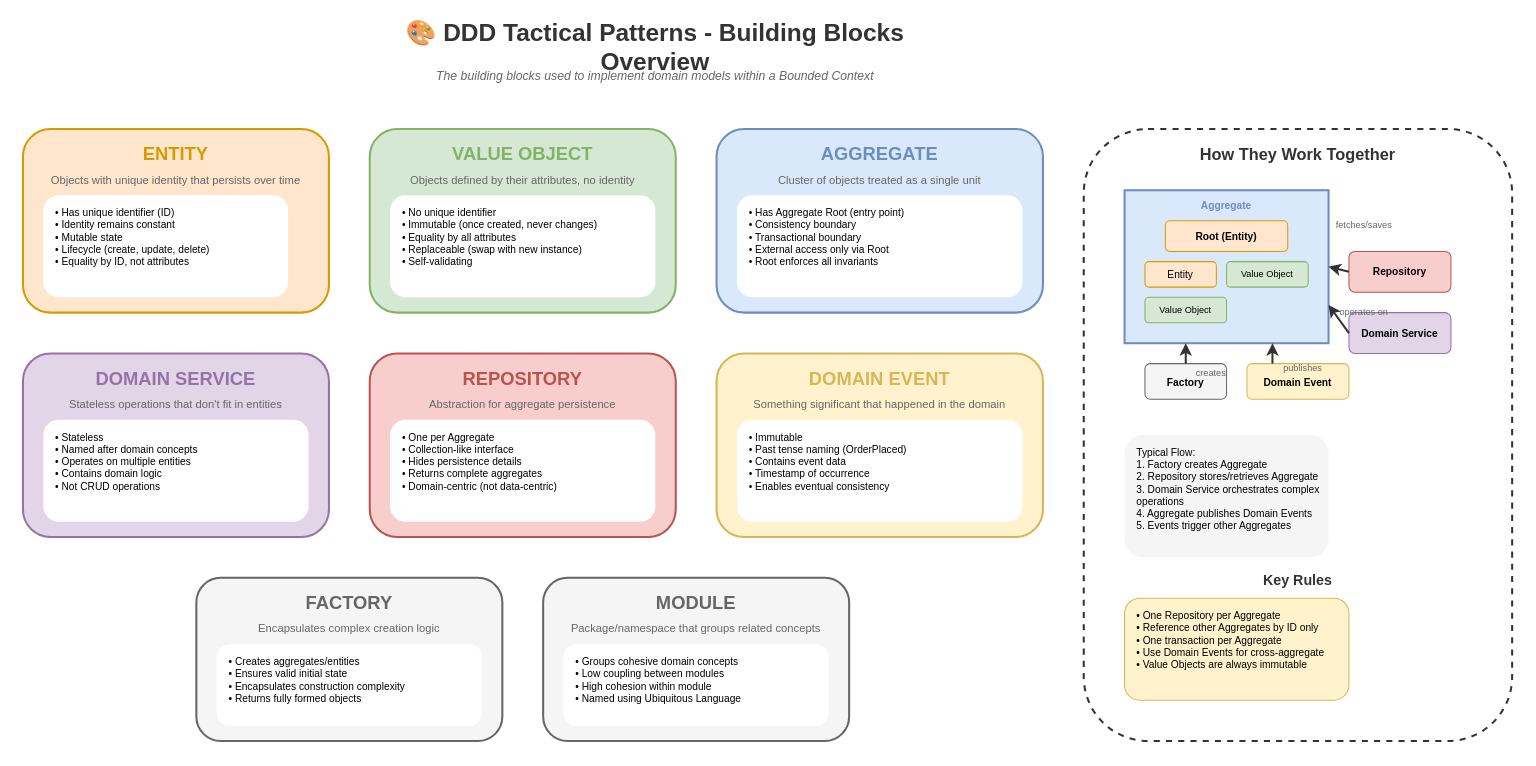
Above: lesson-01-software-design-architecture/01-design-patterns/1.5.1-ddd-tactical-overview.drawio in MrParkerZ7/document-lesson-software-architect-x-claude (draw.io), before the change. Source tidied: cells renumbered, new cells numbered last; positions are measured from the earlier drawing's top-left corner, leaving out a move shared by most shapes. Both pictures are drawn from the tidied source at 102%, with x=0, y=0 at pixel (22, 27).
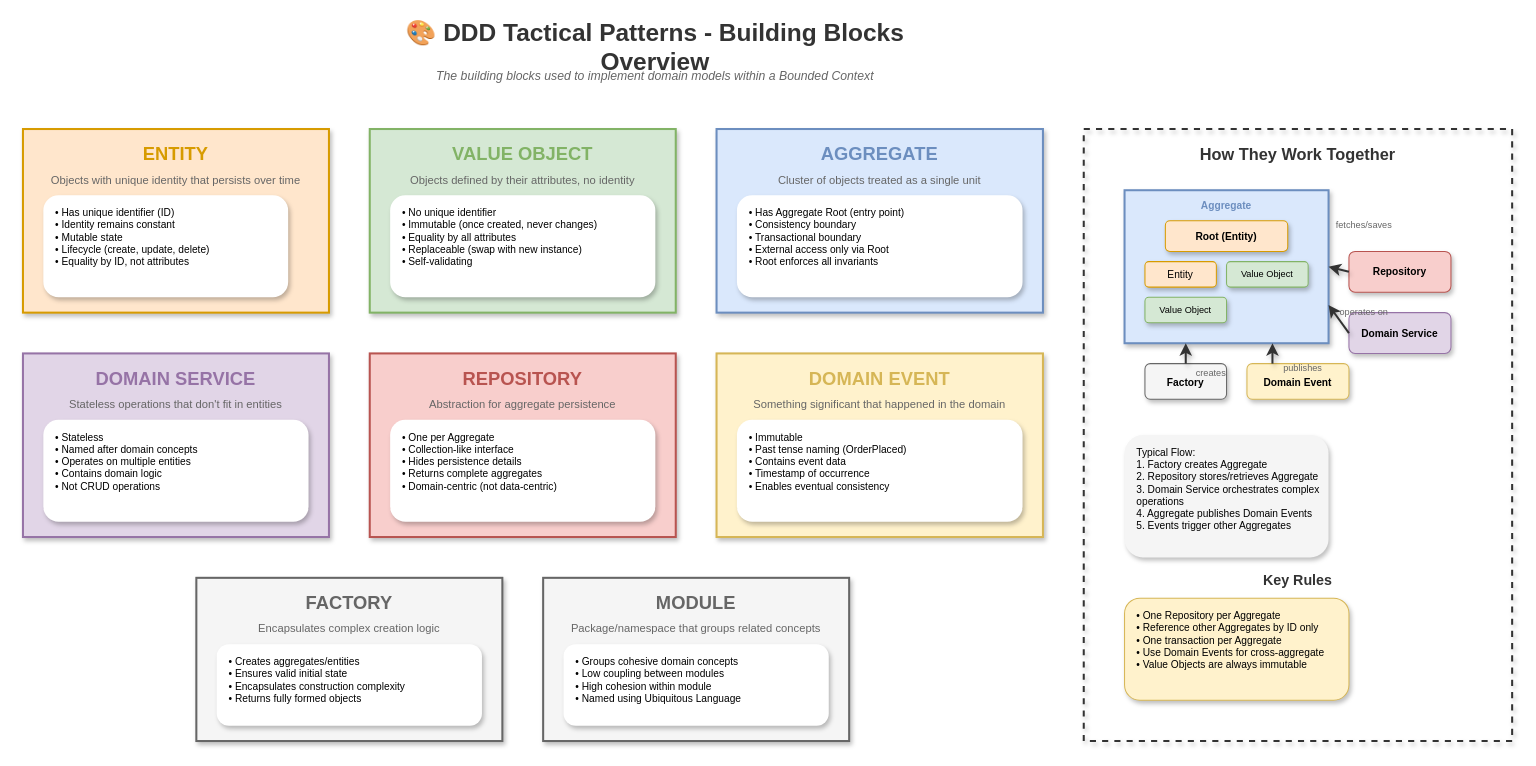
The same diagram, later.

What changed in the source:
```diff
@@
-    <mxCell id="4" style="rounded=1;whiteSpace=wrap;html=1;fillColor=#ffe6cc;strokeColor=#d79b00;strokeWidth=2;" parent="1" vertex="1">
+    <mxCell id="4" style="rounded=0;whiteSpace=wrap;html=1;fillColor=#ffe6cc;strokeColor=#d79b00;strokeWidth=2;shadow=1;" parent="1" vertex="1">
       <mxGeometry y="100" width="300" height="180" as="geometry" />
     </mxCell>
@@
-    <mxCell id="7" value="• Has unique identifier (ID)&#10;• Identity remains constant&#10;• Mutable state&#10;• Lifecycle (create, update, delete)&#10;• Equality by ID, not attributes" style="text;html=1;strokeColor=none;fillColor=#ffffff;align=left;verticalAlign=top;whiteSpace=wrap;rounded=1;fontSize=10;spacingLeft=10;spacingTop=5;" parent="1" vertex="1">
+    <mxCell id="7" value="• Has unique identifier (ID)&#10;• Identity remains constant&#10;• Mutable state&#10;• Lifecycle (create, update, delete)&#10;• Equality by ID, not attributes" style="text;html=1;strokeColor=none;fillColor=#ffffff;align=left;verticalAlign=top;whiteSpace=wrap;rounded=1;fontSize=10;spacingLeft=10;spacingTop=5;shadow=1;" parent="1" vertex="1">
       <mxGeometry x="20" y="165" width="240" height="100" as="geometry" />
     </mxCell>
-    <mxCell id="8" style="rounded=1;whiteSpace=wrap;html=1;fillColor=#d5e8d4;strokeColor=#82b366;strokeWidth=2;" parent="1" vertex="1">
+    <mxCell id="8" style="rounded=0;whiteSpace=wrap;html=1;fillColor=#d5e8d4;strokeColor=#82b366;strokeWidth=2;shadow=1;" parent="1" vertex="1">
       <mxGeometry x="340" y="100" width="300" height="180" as="geometry" />
     </mxCell>
@@
-    <mxCell id="11" value="• No unique identifier&#10;• Immutable (once created, never changes)&#10;• Equality by all attributes&#10;• Replaceable (swap with new instance)&#10;• Self-validating" style="text;html=1;strokeColor=none;fillColor=#ffffff;align=left;verticalAlign=top;whiteSpace=wrap;rounded=1;fontSize=10;spacingLeft=10;spacingTop=5;" parent="1" vertex="1">
+    <mxCell id="11" value="• No unique identifier&#10;• Immutable (once created, never changes)&#10;• Equality by all attributes&#10;• Replaceable (swap with new instance)&#10;• Self-validating" style="text;html=1;strokeColor=none;fillColor=#ffffff;align=left;verticalAlign=top;whiteSpace=wrap;rounded=1;fontSize=10;spacingLeft=10;spacingTop=5;shadow=1;" parent="1" vertex="1">
       <mxGeometry x="360" y="165" width="260" height="100" as="geometry" />
     </mxCell>
-    <mxCell id="12" style="rounded=1;whiteSpace=wrap;html=1;fillColor=#dae8fc;strokeColor=#6c8ebf;strokeWidth=2;" parent="1" vertex="1">
+    <mxCell id="12" style="rounded=0;whiteSpace=wrap;html=1;fillColor=#dae8fc;strokeColor=#6c8ebf;strokeWidth=2;shadow=1;" parent="1" vertex="1">
       <mxGeometry x="680" y="100" width="320" height="180" as="geometry" />
     </mxCell>
@@
-    <mxCell id="15" value="• Has Aggregate Root (entry point)&#10;• Consistency boundary&#10;• Transactional boundary&#10;• External access only via Root&#10;• Root enforces all invariants" style="text;html=1;strokeColor=none;fillColor=#ffffff;align=left;verticalAlign=top;whiteSpace=wrap;rounded=1;fontSize=10;spacingLeft=10;spacingTop=5;" parent="1" vertex="1">
+    <mxCell id="15" value="• Has Aggregate Root (entry point)&#10;• Consistency boundary&#10;• Transactional boundary&#10;• External access only via Root&#10;• Root enforces all invariants" style="text;html=1;strokeColor=none;fillColor=#ffffff;align=left;verticalAlign=top;whiteSpace=wrap;rounded=1;fontSize=10;spacingLeft=10;spacingTop=5;shadow=1;" parent="1" vertex="1">
       <mxGeometry x="700" y="165" width="280" height="100" as="geometry" />
     </mxCell>
-    <mxCell id="16" style="rounded=1;whiteSpace=wrap;html=1;fillColor=#e1d5e7;strokeColor=#9673a6;strokeWidth=2;" parent="1" vertex="1">
+    <mxCell id="16" style="rounded=0;whiteSpace=wrap;html=1;fillColor=#e1d5e7;strokeColor=#9673a6;strokeWidth=2;shadow=1;" parent="1" vertex="1">
       <mxGeometry y="320" width="300" height="180" as="geometry" />
     </mxCell>
@@
-    <mxCell id="19" value="• Stateless&#10;• Named after domain concepts&#10;• Operates on multiple entities&#10;• Contains domain logic&#10;• Not CRUD operations" style="text;html=1;strokeColor=none;fillColor=#ffffff;align=left;verticalAlign=top;whiteSpace=wrap;rounded=1;fontSize=10;spacingLeft=10;spacingTop=5;" parent="1" vertex="1">
+    <mxCell id="19" value="• Stateless&#10;• Named after domain concepts&#10;• Operates on multiple entities&#10;• Contains domain logic&#10;• Not CRUD operations" style="text;html=1;strokeColor=none;fillColor=#ffffff;align=left;verticalAlign=top;whiteSpace=wrap;rounded=1;fontSize=10;spacingLeft=10;spacingTop=5;shadow=1;" parent="1" vertex="1">
       <mxGeometry x="20" y="385" width="260" height="100" as="geometry" />
     </mxCell>
-    <mxCell id="20" style="rounded=1;whiteSpace=wrap;html=1;fillColor=#f8cecc;strokeColor=#b85450;strokeWidth=2;" parent="1" vertex="1">
+    <mxCell id="20" style="rounded=0;whiteSpace=wrap;html=1;fillColor=#f8cecc;strokeColor=#b85450;strokeWidth=2;shadow=1;" parent="1" vertex="1">
       <mxGeometry x="340" y="320" width="300" height="180" as="geometry" />
     </mxCell>
@@
-    <mxCell id="23" value="• One per Aggregate&#10;• Collection-like interface&#10;• Hides persistence details&#10;• Returns complete aggregates&#10;• Domain-centric (not data-centric)" style="text;html=1;strokeColor=none;fillColor=#ffffff;align=left;verticalAlign=top;whiteSpace=wrap;rounded=1;fontSize=10;spacingLeft=10;spacingTop=5;" parent="1" vertex="1">
+    <mxCell id="23" value="• One per Aggregate&#10;• Collection-like interface&#10;• Hides persistence details&#10;• Returns complete aggregates&#10;• Domain-centric (not data-centric)" style="text;html=1;strokeColor=none;fillColor=#ffffff;align=left;verticalAlign=top;whiteSpace=wrap;rounded=1;fontSize=10;spacingLeft=10;spacingTop=5;shadow=1;" parent="1" vertex="1">
       <mxGeometry x="360" y="385" width="260" height="100" as="geometry" />
     </mxCell>
-    <mxCell id="24" style="rounded=1;whiteSpace=wrap;html=1;fillColor=#fff2cc;strokeColor=#d6b656;strokeWidth=2;" parent="1" vertex="1">
+    <mxCell id="24" style="rounded=0;whiteSpace=wrap;html=1;fillColor=#fff2cc;strokeColor=#d6b656;strokeWidth=2;shadow=1;" parent="1" vertex="1">
       <mxGeometry x="680" y="320" width="320" height="180" as="geometry" />
     </mxCell>
@@
-    <mxCell id="27" value="• Immutable&#10;• Past tense naming (OrderPlaced)&#10;• Contains event data&#10;• Timestamp of occurrence&#10;• Enables eventual consistency" style="text;html=1;strokeColor=none;fillColor=#ffffff;align=left;verticalAlign=top;whiteSpace=wrap;rounded=1;fontSize=10;spacingLeft=10;spacingTop=5;" parent="1" vertex="1">
+    <mxCell id="27" value="• Immutable&#10;• Past tense naming (OrderPlaced)&#10;• Contains event data&#10;• Timestamp of occurrence&#10;• Enables eventual consistency" style="text;html=1;strokeColor=none;fillColor=#ffffff;align=left;verticalAlign=top;whiteSpace=wrap;rounded=1;fontSize=10;spacingLeft=10;spacingTop=5;shadow=1;" parent="1" vertex="1">
       <mxGeometry x="700" y="385" width="280" height="100" as="geometry" />
     </mxCell>
-    <mxCell id="28" style="rounded=1;whiteSpace=wrap;html=1;fillColor=#f5f5f5;strokeColor=#666666;strokeWidth=2;" parent="1" vertex="1">
+    <mxCell id="28" style="rounded=0;whiteSpace=wrap;html=1;fillColor=#f5f5f5;strokeColor=#666666;strokeWidth=2;shadow=1;" parent="1" vertex="1">
       <mxGeometry x="170" y="540" width="300" height="160" as="geometry" />
     </mxCell>
@@
-    <mxCell id="31" value="• Creates aggregates/entities&#10;• Ensures valid initial state&#10;• Encapsulates construction complexity&#10;• Returns fully formed objects" style="text;html=1;strokeColor=none;fillColor=#ffffff;align=left;verticalAlign=top;whiteSpace=wrap;rounded=1;fontSize=10;spacingLeft=10;spacingTop=5;" parent="1" vertex="1">
+    <mxCell id="31" value="• Creates aggregates/entities&#10;• Ensures valid initial state&#10;• Encapsulates construction complexity&#10;• Returns fully formed objects" style="text;html=1;strokeColor=none;fillColor=#ffffff;align=left;verticalAlign=top;whiteSpace=wrap;rounded=1;fontSize=10;spacingLeft=10;spacingTop=5;shadow=1;" parent="1" vertex="1">
       <mxGeometry x="190" y="605" width="260" height="80" as="geometry" />
     </mxCell>
-    <mxCell id="32" style="rounded=1;whiteSpace=wrap;html=1;fillColor=#f5f5f5;strokeColor=#666666;strokeWidth=2;" parent="1" vertex="1">
+    <mxCell id="32" style="rounded=0;whiteSpace=wrap;html=1;fillColor=#f5f5f5;strokeColor=#666666;strokeWidth=2;shadow=1;" parent="1" vertex="1">
       <mxGeometry x="510" y="540" width="300" height="160" as="geometry" />
     </mxCell>
@@
-    <mxCell id="35" value="• Groups cohesive domain concepts&#10;• Low coupling between modules&#10;• High cohesion within module&#10;• Named using Ubiquitous Language" style="text;html=1;strokeColor=none;fillColor=#ffffff;align=left;verticalAlign=top;whiteSpace=wrap;rounded=1;fontSize=10;spacingLeft=10;spacingTop=5;" parent="1" vertex="1">
+    <mxCell id="35" value="• Groups cohesive domain concepts&#10;• Low coupling between modules&#10;• High cohesion within module&#10;• Named using Ubiquitous Language" style="text;html=1;strokeColor=none;fillColor=#ffffff;align=left;verticalAlign=top;whiteSpace=wrap;rounded=1;fontSize=10;spacingLeft=10;spacingTop=5;shadow=1;" parent="1" vertex="1">
       <mxGeometry x="530" y="605" width="260" height="80" as="geometry" />
     </mxCell>
-    <mxCell id="36" style="rounded=1;whiteSpace=wrap;html=1;fillColor=none;strokeColor=#333333;strokeWidth=2;dashed=1;" parent="1" vertex="1">
+    <mxCell id="36" style="rounded=0;whiteSpace=wrap;html=1;fillColor=none;strokeColor=#333333;strokeWidth=2;dashed=1;shadow=1;" parent="1" vertex="1">
       <mxGeometry x="1040" y="100" width="420" height="600" as="geometry" />
     </mxCell>
@@
-    <mxCell id="38" style="rounded=0;whiteSpace=wrap;html=1;fillColor=#dae8fc;strokeColor=#6c8ebf;strokeWidth=2;" parent="1" vertex="1">
+    <mxCell id="38" style="rounded=0;whiteSpace=wrap;html=1;fillColor=#dae8fc;strokeColor=#6c8ebf;strokeWidth=2;shadow=1;" parent="1" vertex="1">
       <mxGeometry x="1080" y="160" width="200" height="150" as="geometry" />
     </mxCell>
@@
-    <mxCell id="40" value="Root (Entity)" style="rounded=1;whiteSpace=wrap;html=1;fillColor=#ffe6cc;strokeColor=#d79b00;fontSize=10;fontStyle=1;" parent="1" vertex="1">
+    <mxCell id="40" value="Root (Entity)" style="rounded=1;whiteSpace=wrap;html=1;fillColor=#ffe6cc;strokeColor=#d79b00;fontSize=10;fontStyle=1;shadow=1;" parent="1" vertex="1">
       <mxGeometry x="1120" y="190" width="120" height="30" as="geometry" />
     </mxCell>
-    <mxCell id="41" value="Entity" style="rounded=1;whiteSpace=wrap;html=1;fillColor=#ffe6cc;strokeColor=#d79b00;fontSize=10;" parent="1" vertex="1">
+    <mxCell id="41" value="Entity" style="rounded=1;whiteSpace=wrap;html=1;fillColor=#ffe6cc;strokeColor=#d79b00;fontSize=10;shadow=1;" parent="1" vertex="1">
       <mxGeometry x="1100" y="230" width="70" height="25" as="geometry" />
     </mxCell>
-    <mxCell id="42" value="Value Object" style="rounded=1;whiteSpace=wrap;html=1;fillColor=#d5e8d4;strokeColor=#82b366;fontSize=9;" parent="1" vertex="1">
+    <mxCell id="42" value="Value Object" style="rounded=1;whiteSpace=wrap;html=1;fillColor=#d5e8d4;strokeColor=#82b366;fontSize=9;shadow=1;" parent="1" vertex="1">
       <mxGeometry x="1180" y="230" width="80" height="25" as="geometry" />
     </mxCell>
-    <mxCell id="43" value="Value Object" style="rounded=1;whiteSpace=wrap;html=1;fillColor=#d5e8d4;strokeColor=#82b366;fontSize=9;" parent="1" vertex="1">
+    <mxCell id="43" value="Value Object" style="rounded=1;whiteSpace=wrap;html=1;fillColor=#d5e8d4;strokeColor=#82b366;fontSize=9;shadow=1;" parent="1" vertex="1">
       <mxGeometry x="1100" y="265" width="80" height="25" as="geometry" />
     </mxCell>
-    <mxCell id="44" value="Repository" style="rounded=1;whiteSpace=wrap;html=1;fillColor=#f8cecc;strokeColor=#b85450;fontSize=10;fontStyle=1;" parent="1" vertex="1">
+    <mxCell id="44" value="Repository" style="rounded=1;whiteSpace=wrap;html=1;fillColor=#f8cecc;strokeColor=#b85450;fontSize=10;fontStyle=1;shadow=1;" parent="1" vertex="1">
       <mxGeometry x="1300" y="220" width="100" height="40" as="geometry" />
     </mxCell>
-    <mxCell id="45" style="endArrow=classic;html=1;strokeColor=#333333;strokeWidth=2;entryX=1;entryY=0.5;entryDx=0;entryDy=0;exitX=0;exitY=0.5;exitDx=0;exitDy=0;" parent="1" edge="1" source="44" target="38">
+    <mxCell id="45" style="endArrow=classic;html=1;strokeColor=#333333;strokeWidth=2;entryX=1;entryY=0.5;entryDx=0;entryDy=0;exitX=0;exitY=0.5;exitDx=0;exitDy=0;shadow=1;curved=1;flowAnimation=1;jumpStyle=arc;" parent="1" edge="1" source="44" target="38">
       <mxGeometry relative="1" as="geometry" />
     </mxCell>
@@
-    <mxCell id="47" value="Domain Service" style="rounded=1;whiteSpace=wrap;html=1;fillColor=#e1d5e7;strokeColor=#9673a6;fontSize=10;fontStyle=1;" parent="1" vertex="1">
+    <mxCell id="47" value="Domain Service" style="rounded=1;whiteSpace=wrap;html=1;fillColor=#e1d5e7;strokeColor=#9673a6;fontSize=10;fontStyle=1;shadow=1;" parent="1" vertex="1">
       <mxGeometry x="1300" y="280" width="100" height="40" as="geometry" />
     </mxCell>
-    <mxCell id="48" style="endArrow=classic;html=1;strokeColor=#333333;strokeWidth=2;entryX=1;entryY=0.75;entryDx=0;entryDy=0;exitX=0;exitY=0.5;exitDx=0;exitDy=0;" parent="1" edge="1" source="47" target="38">
+    <mxCell id="48" style="endArrow=classic;html=1;strokeColor=#333333;strokeWidth=2;entryX=1;entryY=0.75;entryDx=0;entryDy=0;exitX=0;exitY=0.5;exitDx=0;exitDy=0;shadow=1;curved=1;flowAnimation=1;jumpStyle=arc;" parent="1" edge="1" source="47" target="38">
       <mxGeometry relative="1" as="geometry" />
     </mxCell>
@@
-    <mxCell id="50" value="Factory" style="rounded=1;whiteSpace=wrap;html=1;fillColor=#f5f5f5;strokeColor=#666666;fontSize=10;fontStyle=1;" parent="1" vertex="1">
+    <mxCell id="50" value="Factory" style="rounded=1;whiteSpace=wrap;html=1;fillColor=#f5f5f5;strokeColor=#666666;fontSize=10;fontStyle=1;shadow=1;" parent="1" vertex="1">
       <mxGeometry x="1100" y="330" width="80" height="35" as="geometry" />
     </mxCell>
-    <mxCell id="51" style="endArrow=classic;html=1;strokeColor=#333333;strokeWidth=2;exitX=0.5;exitY=0;exitDx=0;exitDy=0;" parent="1" edge="1" source="50">
+    <mxCell id="51" style="endArrow=classic;html=1;strokeColor=#333333;strokeWidth=2;exitX=0.5;exitY=0;exitDx=0;exitDy=0;shadow=1;curved=1;flowAnimation=1;jumpStyle=arc;" parent="1" edge="1" source="50">
       <mxGeometry relative="1" as="geometry">
         <mxPoint x="1140" y="310" as="targetPoint" />
       </mxGeometry>
     </mxCell>
@@
-    <mxCell id="53" value="Domain Event" style="rounded=1;whiteSpace=wrap;html=1;fillColor=#fff2cc;strokeColor=#d6b656;fontSize=10;fontStyle=1;" parent="1" vertex="1">
+    <mxCell id="53" value="Domain Event" style="rounded=1;whiteSpace=wrap;html=1;fillColor=#fff2cc;strokeColor=#d6b656;fontSize=10;fontStyle=1;shadow=1;" parent="1" vertex="1">
       <mxGeometry x="1200" y="330" width="100" height="35" as="geometry" />
     </mxCell>
-    <mxCell id="54" style="endArrow=classic;html=1;strokeColor=#333333;strokeWidth=2;exitX=0.25;exitY=0;exitDx=0;exitDy=0;" parent="1" edge="1" source="53">
+    <mxCell id="54" style="endArrow=classic;html=1;strokeColor=#333333;strokeWidth=2;exitX=0.25;exitY=0;exitDx=0;exitDy=0;shadow=1;curved=1;flowAnimation=1;jumpStyle=arc;" parent="1" edge="1" source="53">
       <mxGeometry relative="1" as="geometry">
         <mxPoint x="1225" y="310" as="targetPoint" />
       </mxGeometry>
     </mxCell>
@@
-    <mxCell id="56" value="Typical Flow:&#10;1. Factory creates Aggregate&#10;2. Repository stores/retrieves Aggregate&#10;3. Domain Service orchestrates complex operations&#10;4. Aggregate publishes Domain Events&#10;5. Events trigger other Aggregates" style="text;html=1;strokeColor=none;fillColor=#f5f5f5;align=left;verticalAlign=top;whiteSpace=wrap;rounded=1;fontSize=10;spacingLeft=10;spacingTop=5;" parent="1" vertex="1">
+    <mxCell id="56" value="Typical Flow:&#10;1. Factory creates Aggregate&#10;2. Repository stores/retrieves Aggregate&#10;3. Domain Service orchestrates complex operations&#10;4. Aggregate publishes Domain Events&#10;5. Events trigger other Aggregates" style="text;html=1;strokeColor=none;fillColor=#f5f5f5;align=left;verticalAlign=top;whiteSpace=wrap;rounded=1;fontSize=10;spacingLeft=10;spacingTop=5;shadow=1;" parent="1" vertex="1">
       <mxGeometry x="1080" y="400" width="200" height="120" as="geometry" />
     </mxCell>
@@
-    <mxCell id="58" value="• One Repository per Aggregate&#10;• Reference other Aggregates by ID only&#10;• One transaction per Aggregate&#10;• Use Domain Events for cross-aggregate&#10;• Value Objects are always immutable" style="text;html=1;strokeColor=none;fillColor=#fff2cc;align=left;verticalAlign=top;whiteSpace=wrap;rounded=1;fontSize=10;spacingLeft=10;spacingTop=5;strokeColor=#d6b656;" parent="1" vertex="1">
+    <mxCell id="58" value="• One Repository per Aggregate&#10;• Reference other Aggregates by ID only&#10;• One transaction per Aggregate&#10;• Use Domain Events for cross-aggregate&#10;• Value Objects are always immutable" style="text;html=1;strokeColor=none;fillColor=#fff2cc;align=left;verticalAlign=top;whiteSpace=wrap;rounded=1;fontSize=10;spacingLeft=10;spacingTop=5;strokeColor=#d6b656;shadow=1;" parent="1" vertex="1">
       <mxGeometry x="1080" y="560" width="220" height="100" as="geometry" />
     </mxCell>
```
